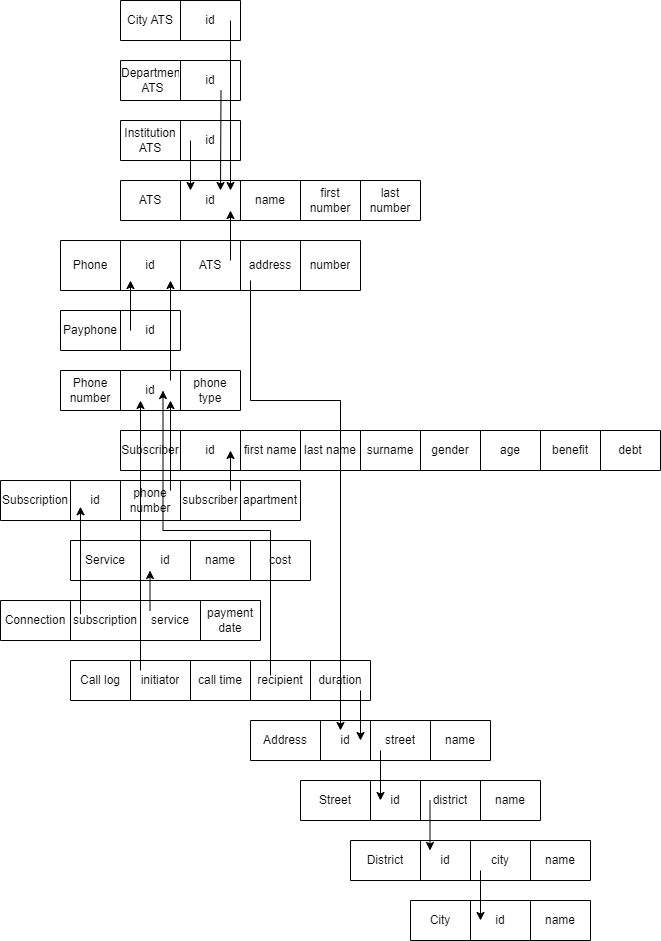
Before: report/resources/vertical.png, a diagram exported from draw.io (Flynis/citnis). Source tidied: cells renumbered, new cells last; positions are measured from the earlier drawing's top-left corner, leaving out a move shared by most shapes.
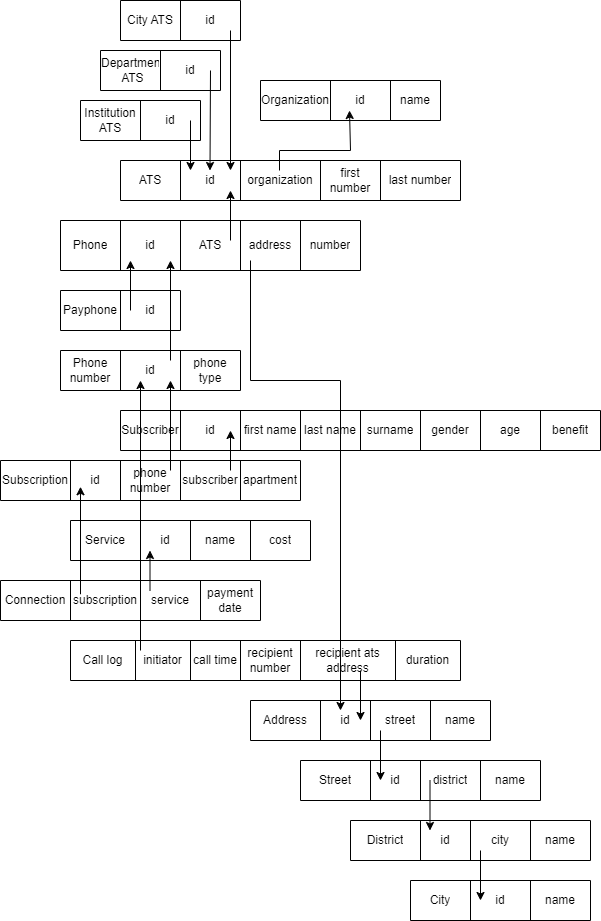
The same file after the commit.

What changed in the source:
```diff
@@ -3,7 +3,7 @@
     <mxCell id="0" />
     <mxCell id="1" parent="0" />
     <mxCell id="2" style="shape=table;startSize=0;" parent="1" vertex="1">
-      <mxGeometry x="120" width="120" height="40" as="geometry" />
+      <mxGeometry x="120" y="20" width="120" height="40" as="geometry" />
     </mxCell>
     <mxCell id="3" style="shape=tableRow;horizontal=0;startSize=0;swimlaneHead=0;swimlaneBody=0;strokeColor=inherit;top=0;left=0;bottom=0;right=0;fillColor=none;" parent="2" vertex="1">
       <mxGeometry width="120" height="40" as="geometry" />
@@ -15,7 +15,7 @@
       <mxGeometry x="60" width="60" height="40" as="geometry" />
     </mxCell>
     <mxCell id="6" style="shape=table;startSize=0;" parent="1" vertex="1">
-      <mxGeometry x="120" y="60" width="120" height="40" as="geometry" />
+      <mxGeometry x="100" y="70" width="120" height="40" as="geometry" />
     </mxCell>
     <mxCell id="7" style="shape=tableRow;horizontal=0;startSize=0;swimlaneHead=0;swimlaneBody=0;strokeColor=inherit;top=0;left=0;bottom=0;right=0;fillColor=none;" parent="6" vertex="1">
       <mxGeometry width="120" height="40" as="geometry" />
@@ -27,7 +27,7 @@
       <mxGeometry x="60" width="60" height="40" as="geometry" />
     </mxCell>
     <mxCell id="10" style="shape=table;startSize=0;" parent="1" vertex="1">
-      <mxGeometry x="120" y="120" width="120" height="40" as="geometry" />
+      <mxGeometry x="80" y="120" width="120" height="40" as="geometry" />
     </mxCell>
     <mxCell id="11" style="shape=tableRow;horizontal=0;startSize=0;swimlaneHead=0;swimlaneBody=0;strokeColor=inherit;top=0;left=0;bottom=0;right=0;fillColor=none;" parent="10" vertex="1">
       <mxGeometry width="120" height="40" as="geometry" />
@@ -39,10 +39,10 @@
       <mxGeometry x="60" width="60" height="40" as="geometry" />
     </mxCell>
     <mxCell id="14" style="shape=table;startSize=0;" parent="1" vertex="1">
-      <mxGeometry x="120" y="180" width="300" height="40" as="geometry" />
+      <mxGeometry x="120" y="180" width="340" height="40" as="geometry" />
     </mxCell>
     <mxCell id="15" style="shape=tableRow;horizontal=0;startSize=0;swimlaneHead=0;swimlaneBody=0;strokeColor=inherit;top=0;left=0;bottom=0;right=0;fillColor=none;" parent="14" vertex="1">
-      <mxGeometry width="300" height="40" as="geometry" />
+      <mxGeometry width="340" height="40" as="geometry" />
     </mxCell>
     <mxCell id="16" value="ATS" style="shape=partialRectangle;html=1;whiteSpace=wrap;strokeColor=inherit;overflow=hidden;fillColor=none;top=0;left=0;bottom=0;right=0;" parent="15" vertex="1">
       <mxGeometry width="60" height="40" as="geometry" />
@@ -50,14 +50,14 @@
     <mxCell id="17" value="id" style="shape=partialRectangle;html=1;whiteSpace=wrap;strokeColor=inherit;overflow=hidden;fillColor=none;top=0;left=0;bottom=0;right=0;" parent="15" vertex="1">
       <mxGeometry x="60" width="60" height="40" as="geometry" />
     </mxCell>
-    <mxCell id="18" value="name" style="shape=partialRectangle;html=1;whiteSpace=wrap;strokeColor=inherit;overflow=hidden;fillColor=none;top=0;left=0;bottom=0;right=0;" parent="15" vertex="1">
-      <mxGeometry x="120" width="60" height="40" as="geometry" />
+    <mxCell id="18" value="organization" style="shape=partialRectangle;html=1;whiteSpace=wrap;strokeColor=inherit;overflow=hidden;fillColor=none;top=0;left=0;bottom=0;right=0;" parent="15" vertex="1">
+      <mxGeometry x="120" width="80" height="40" as="geometry" />
     </mxCell>
     <mxCell id="19" value="first number" style="shape=partialRectangle;html=1;whiteSpace=wrap;strokeColor=inherit;overflow=hidden;fillColor=none;top=0;left=0;bottom=0;right=0;" parent="15" vertex="1">
-      <mxGeometry x="180" width="60" height="40" as="geometry" />
+      <mxGeometry x="200" width="60" height="40" as="geometry" />
     </mxCell>
     <mxCell id="20" value="last number" style="shape=partialRectangle;html=1;whiteSpace=wrap;strokeColor=inherit;overflow=hidden;fillColor=none;top=0;left=0;bottom=0;right=0;" parent="15" vertex="1">
-      <mxGeometry x="240" width="60" height="40" as="geometry" />
+      <mxGeometry x="260" width="80" height="40" as="geometry" />
     </mxCell>
     <mxCell id="21" style="shape=table;startSize=0;" parent="1" vertex="1">
       <mxGeometry x="60" y="240" width="300" height="50" as="geometry" />
@@ -108,10 +108,10 @@
       <mxGeometry x="120" width="60" height="40" as="geometry" />
     </mxCell>
     <mxCell id="37" style="shape=table;startSize=0;" parent="1" vertex="1">
-      <mxGeometry x="120" y="430" width="540" height="40" as="geometry" />
+      <mxGeometry x="120" y="430" width="480" height="40" as="geometry" />
     </mxCell>
     <mxCell id="38" style="shape=tableRow;horizontal=0;startSize=0;swimlaneHead=0;swimlaneBody=0;strokeColor=inherit;top=0;left=0;bottom=0;right=0;fillColor=none;" parent="37" vertex="1">
-      <mxGeometry width="540" height="40" as="geometry" />
+      <mxGeometry width="480" height="40" as="geometry" />
     </mxCell>
     <mxCell id="39" value="Subscriber" style="shape=partialRectangle;html=1;whiteSpace=wrap;strokeColor=inherit;overflow=hidden;fillColor=none;top=0;left=0;bottom=0;right=0;" parent="38" vertex="1">
       <mxGeometry width="60" height="40" as="geometry" />
@@ -137,9 +137,6 @@
     <mxCell id="46" value="benefit" style="shape=partialRectangle;html=1;whiteSpace=wrap;strokeColor=inherit;overflow=hidden;fillColor=none;top=0;left=0;bottom=0;right=0;" parent="38" vertex="1">
       <mxGeometry x="420" width="60" height="40" as="geometry" />
     </mxCell>
-    <mxCell id="47" value="debt" style="shape=partialRectangle;html=1;whiteSpace=wrap;strokeColor=inherit;overflow=hidden;fillColor=none;top=0;left=0;bottom=0;right=0;" parent="38" vertex="1">
-      <mxGeometry x="480" width="60" height="40" as="geometry" />
-    </mxCell>
     <mxCell id="48" style="shape=table;startSize=0;" parent="1" vertex="1">
       <mxGeometry y="480" width="300" height="40" as="geometry" />
     </mxCell>
@@ -198,25 +195,28 @@
       <mxGeometry x="200" width="60" height="40" as="geometry" />
     </mxCell>
     <mxCell id="67" style="shape=table;startSize=0;" parent="1" vertex="1">
-      <mxGeometry x="70" y="660" width="300" height="40" as="geometry" />
+      <mxGeometry x="70" y="660" width="390" height="40" as="geometry" />
     </mxCell>
     <mxCell id="68" style="shape=tableRow;horizontal=0;startSize=0;swimlaneHead=0;swimlaneBody=0;strokeColor=inherit;top=0;left=0;bottom=0;right=0;fillColor=none;" parent="67" vertex="1">
-      <mxGeometry width="300" height="40" as="geometry" />
+      <mxGeometry width="390" height="40" as="geometry" />
     </mxCell>
     <mxCell id="69" value="Call log" style="shape=partialRectangle;html=1;whiteSpace=wrap;strokeColor=inherit;overflow=hidden;fillColor=none;top=0;left=0;bottom=0;right=0;" parent="68" vertex="1">
-      <mxGeometry width="60" height="40" as="geometry" />
+      <mxGeometry width="65" height="40" as="geometry" />
     </mxCell>
     <mxCell id="70" value="initiator" style="shape=partialRectangle;html=1;whiteSpace=wrap;strokeColor=inherit;overflow=hidden;fillColor=none;top=0;left=0;bottom=0;right=0;" parent="68" vertex="1">
-      <mxGeometry x="60" width="60" height="40" as="geometry" />
+      <mxGeometry x="65" width="55" height="40" as="geometry" />
     </mxCell>
     <mxCell id="71" value="call time" style="shape=partialRectangle;html=1;whiteSpace=wrap;strokeColor=inherit;overflow=hidden;fillColor=none;top=0;left=0;bottom=0;right=0;" parent="68" vertex="1">
-      <mxGeometry x="120" width="60" height="40" as="geometry" />
+      <mxGeometry x="120" width="50" height="40" as="geometry" />
     </mxCell>
-    <mxCell id="72" value="recipient" style="shape=partialRectangle;html=1;whiteSpace=wrap;strokeColor=inherit;overflow=hidden;fillColor=none;top=0;left=0;bottom=0;right=0;" parent="68" vertex="1">
-      <mxGeometry x="180" width="60" height="40" as="geometry" />
+    <mxCell id="72" value="recipient number" style="shape=partialRectangle;html=1;whiteSpace=wrap;strokeColor=inherit;overflow=hidden;fillColor=none;top=0;left=0;bottom=0;right=0;" parent="68" vertex="1">
+      <mxGeometry x="170" width="60" height="40" as="geometry" />
     </mxCell>
+    <mxCell id="114" value="recipient ats address" style="shape=partialRectangle;html=1;whiteSpace=wrap;strokeColor=inherit;overflow=hidden;fillColor=none;top=0;left=0;bottom=0;right=0;" parent="68" vertex="1">
+      <mxGeometry x="230" width="95" height="40" as="geometry" />
+    </mxCell>
     <mxCell id="73" value="duration" style="shape=partialRectangle;html=1;whiteSpace=wrap;strokeColor=inherit;overflow=hidden;fillColor=none;top=0;left=0;bottom=0;right=0;" parent="68" vertex="1">
-      <mxGeometry x="240" width="60" height="40" as="geometry" />
+      <mxGeometry x="325" width="65" height="40" as="geometry" />
     </mxCell>
     <mxCell id="74" style="shape=table;startSize=0;" parent="1" vertex="1">
       <mxGeometry x="410" y="900" width="180" height="40" as="geometry" />
@@ -289,14 +289,14 @@
     </mxCell>
     <mxCell id="97" style="endArrow=classic;html=1;rounded=0;" parent="1" edge="1">
       <mxGeometry relative="1" as="geometry">
-        <mxPoint x="230" y="20" as="sourcePoint" />
+        <mxPoint x="230" y="50" as="sourcePoint" />
         <mxPoint x="230" y="190" as="targetPoint" />
       </mxGeometry>
     </mxCell>
     <mxCell id="98" style="endArrow=classic;html=1;rounded=0;" parent="1" edge="1">
       <mxGeometry relative="1" as="geometry">
-        <mxPoint x="220.5" y="90" as="sourcePoint" />
-        <mxPoint x="220" y="190" as="targetPoint" />
+        <mxPoint x="210" y="90" as="sourcePoint" />
+        <mxPoint x="209.5" y="190" as="targetPoint" />
       </mxGeometry>
     </mxCell>
     <mxCell id="99" style="endArrow=classic;html=1;rounded=0;" parent="1" edge="1">
@@ -387,16 +387,30 @@
         <mxPoint x="360" y="740" as="targetPoint" />
       </mxGeometry>
     </mxCell>
-    <mxCell id="113" style="endArrow=classic;html=1;rounded=0;edgeStyle=orthogonalEdgeStyle;" parent="1" edge="1">
-      <mxGeometry relative="1" as="geometry">
-        <mxPoint x="270" y="675" as="sourcePoint" />
-        <mxPoint x="162.5" y="390" as="targetPoint" />
-        <Array as="points">
-          <mxPoint x="270" y="675" />
-          <mxPoint x="270" y="530" />
-          <mxPoint x="163" y="530" />
-        </Array>
-      </mxGeometry>
-    </mxCell>
+    <mxCell id="115" style="shape=table;startSize=0;" parent="1" vertex="1">
+      <mxGeometry x="260" y="100" width="180" height="40" as="geometry" />
+    </mxCell>
+    <mxCell id="116" style="shape=tableRow;horizontal=0;startSize=0;swimlaneHead=0;swimlaneBody=0;strokeColor=inherit;top=0;left=0;bottom=0;right=0;fillColor=none;" parent="115" vertex="1">
+      <mxGeometry width="180" height="40" as="geometry" />
+    </mxCell>
+    <mxCell id="117" value="Organization" style="shape=partialRectangle;html=1;whiteSpace=wrap;strokeColor=inherit;overflow=hidden;fillColor=none;top=0;left=0;bottom=0;right=0;" parent="116" vertex="1">
+      <mxGeometry width="70" height="40" as="geometry" />
+    </mxCell>
+    <mxCell id="118" value="id" style="shape=partialRectangle;html=1;whiteSpace=wrap;strokeColor=inherit;overflow=hidden;fillColor=none;top=0;left=0;bottom=0;right=0;" parent="116" vertex="1">
+      <mxGeometry x="70" width="60" height="40" as="geometry" />
+    </mxCell>
+    <mxCell id="119" value="name" style="shape=partialRectangle;html=1;whiteSpace=wrap;strokeColor=inherit;overflow=hidden;fillColor=none;top=0;left=0;bottom=0;right=0;" parent="116" vertex="1">
+      <mxGeometry x="130" width="50" height="40" as="geometry" />
+    </mxCell>
+    <mxCell id="120" style="endArrow=classic;html=1;rounded=0;edgeStyle=orthogonalEdgeStyle;" parent="1" edge="1">
+      <mxGeometry relative="1" as="geometry">
+        <mxPoint x="279" y="190" as="sourcePoint" />
+        <mxPoint x="349" y="130" as="targetPoint" />
+        <Array as="points">
+          <mxPoint x="279" y="170" />
+          <mxPoint x="350" y="170" />
+        </Array>
+      </mxGeometry>
+    </mxCell>
   </root>
 </mxGraphModel>
```
